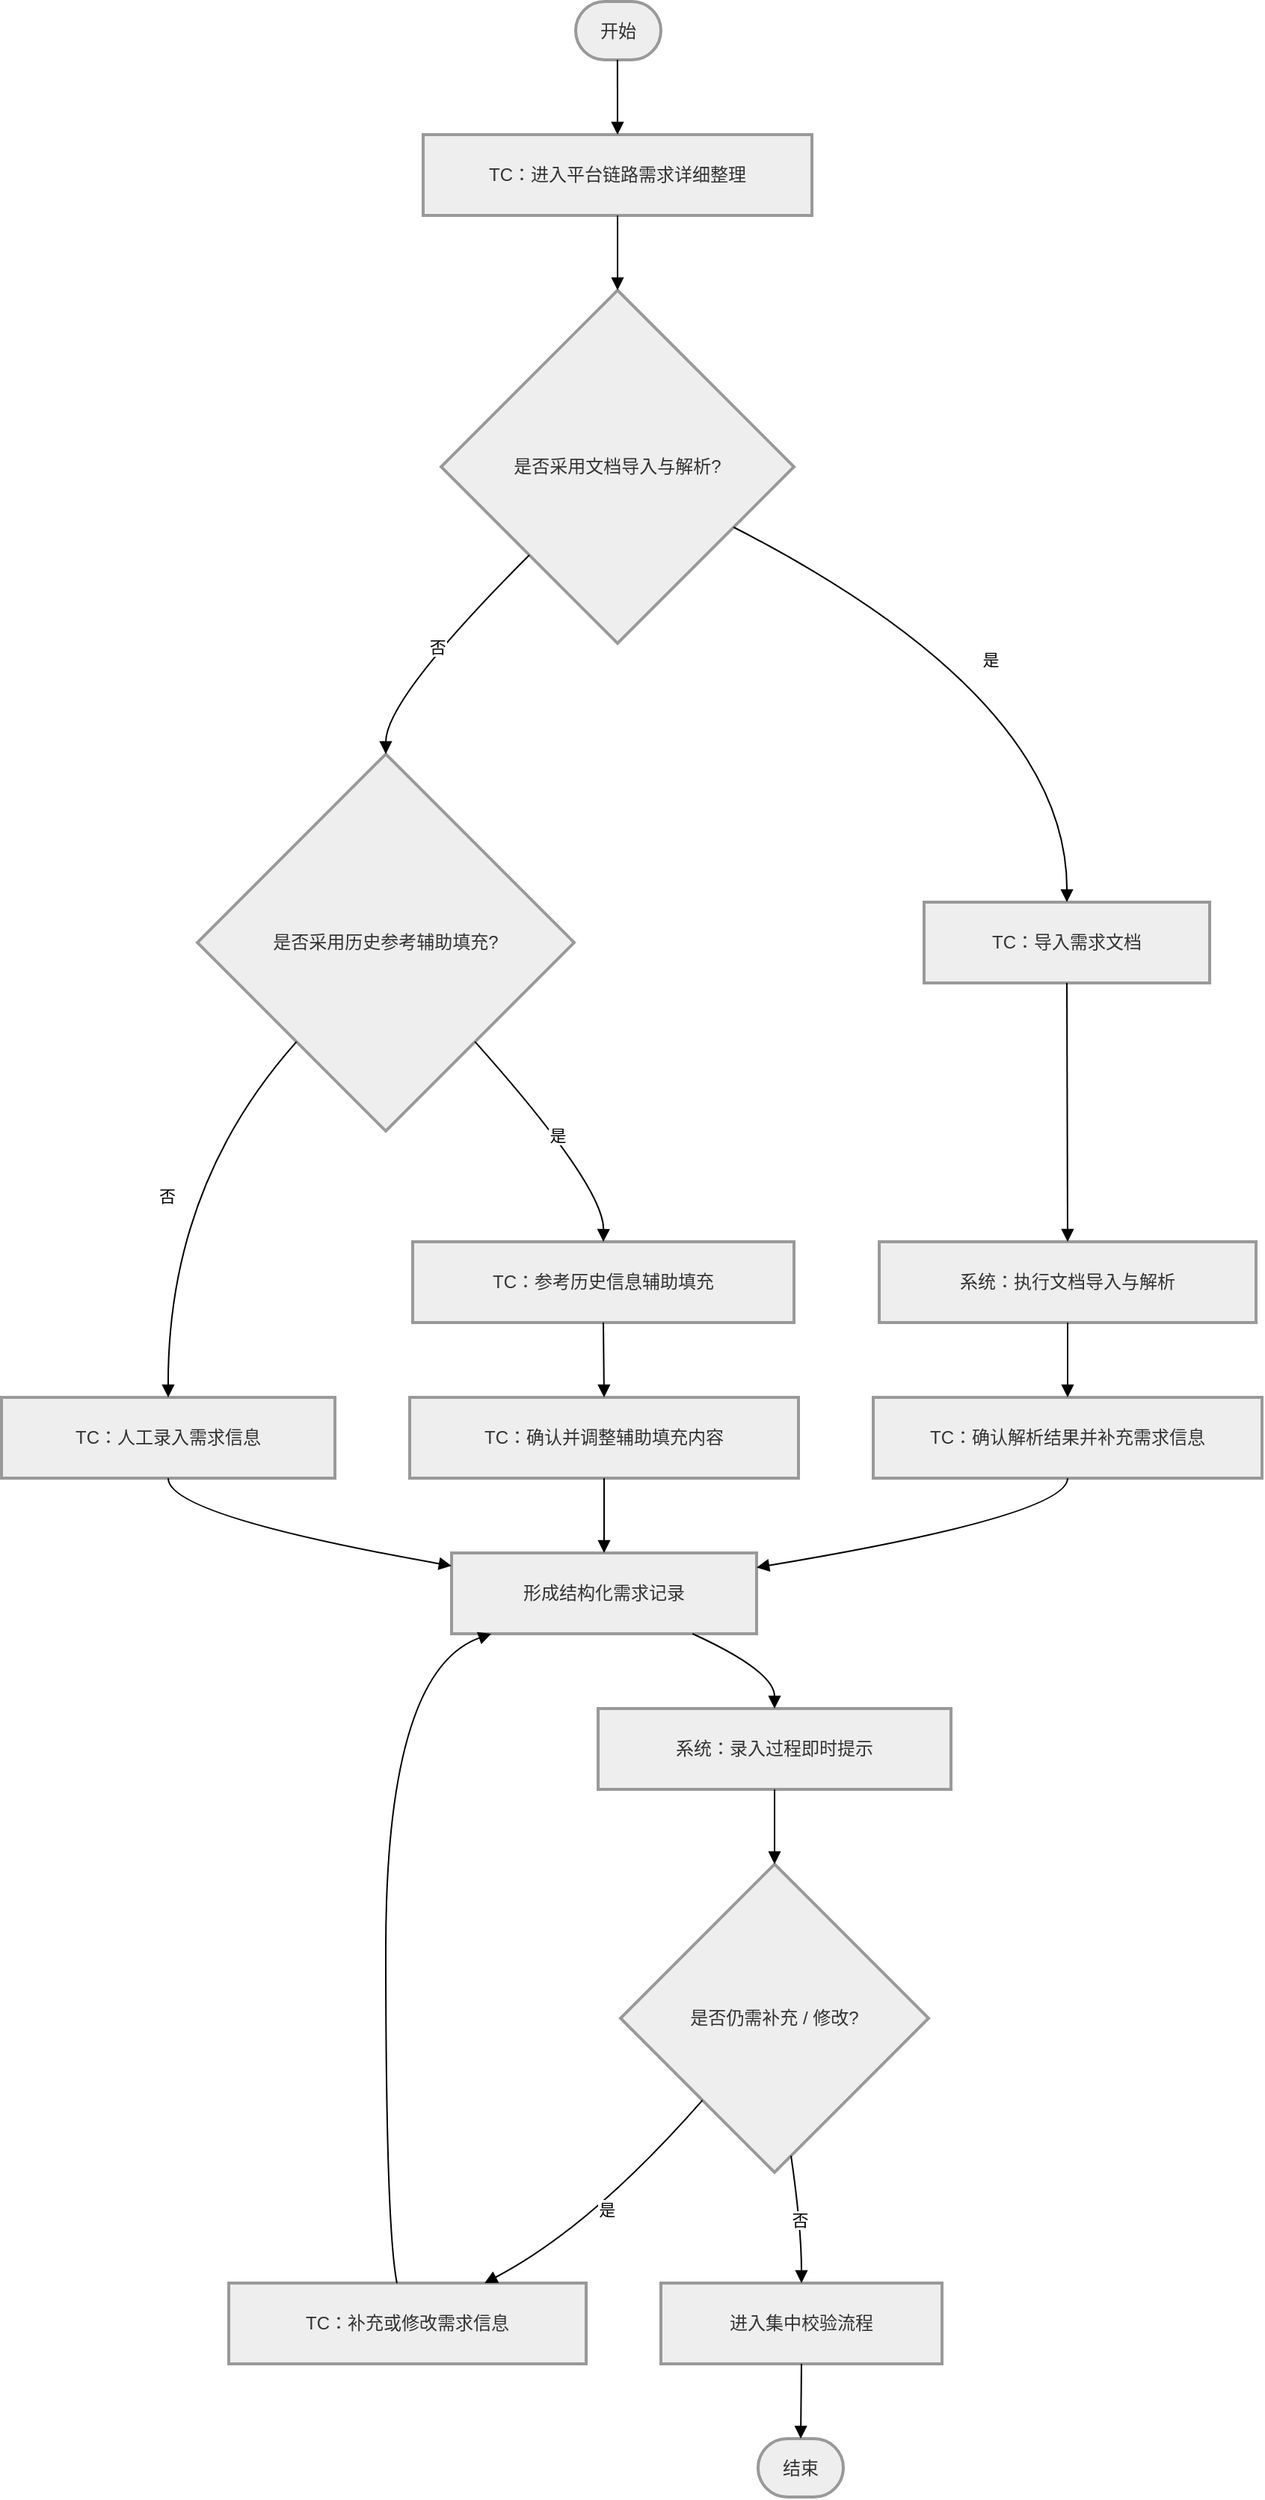
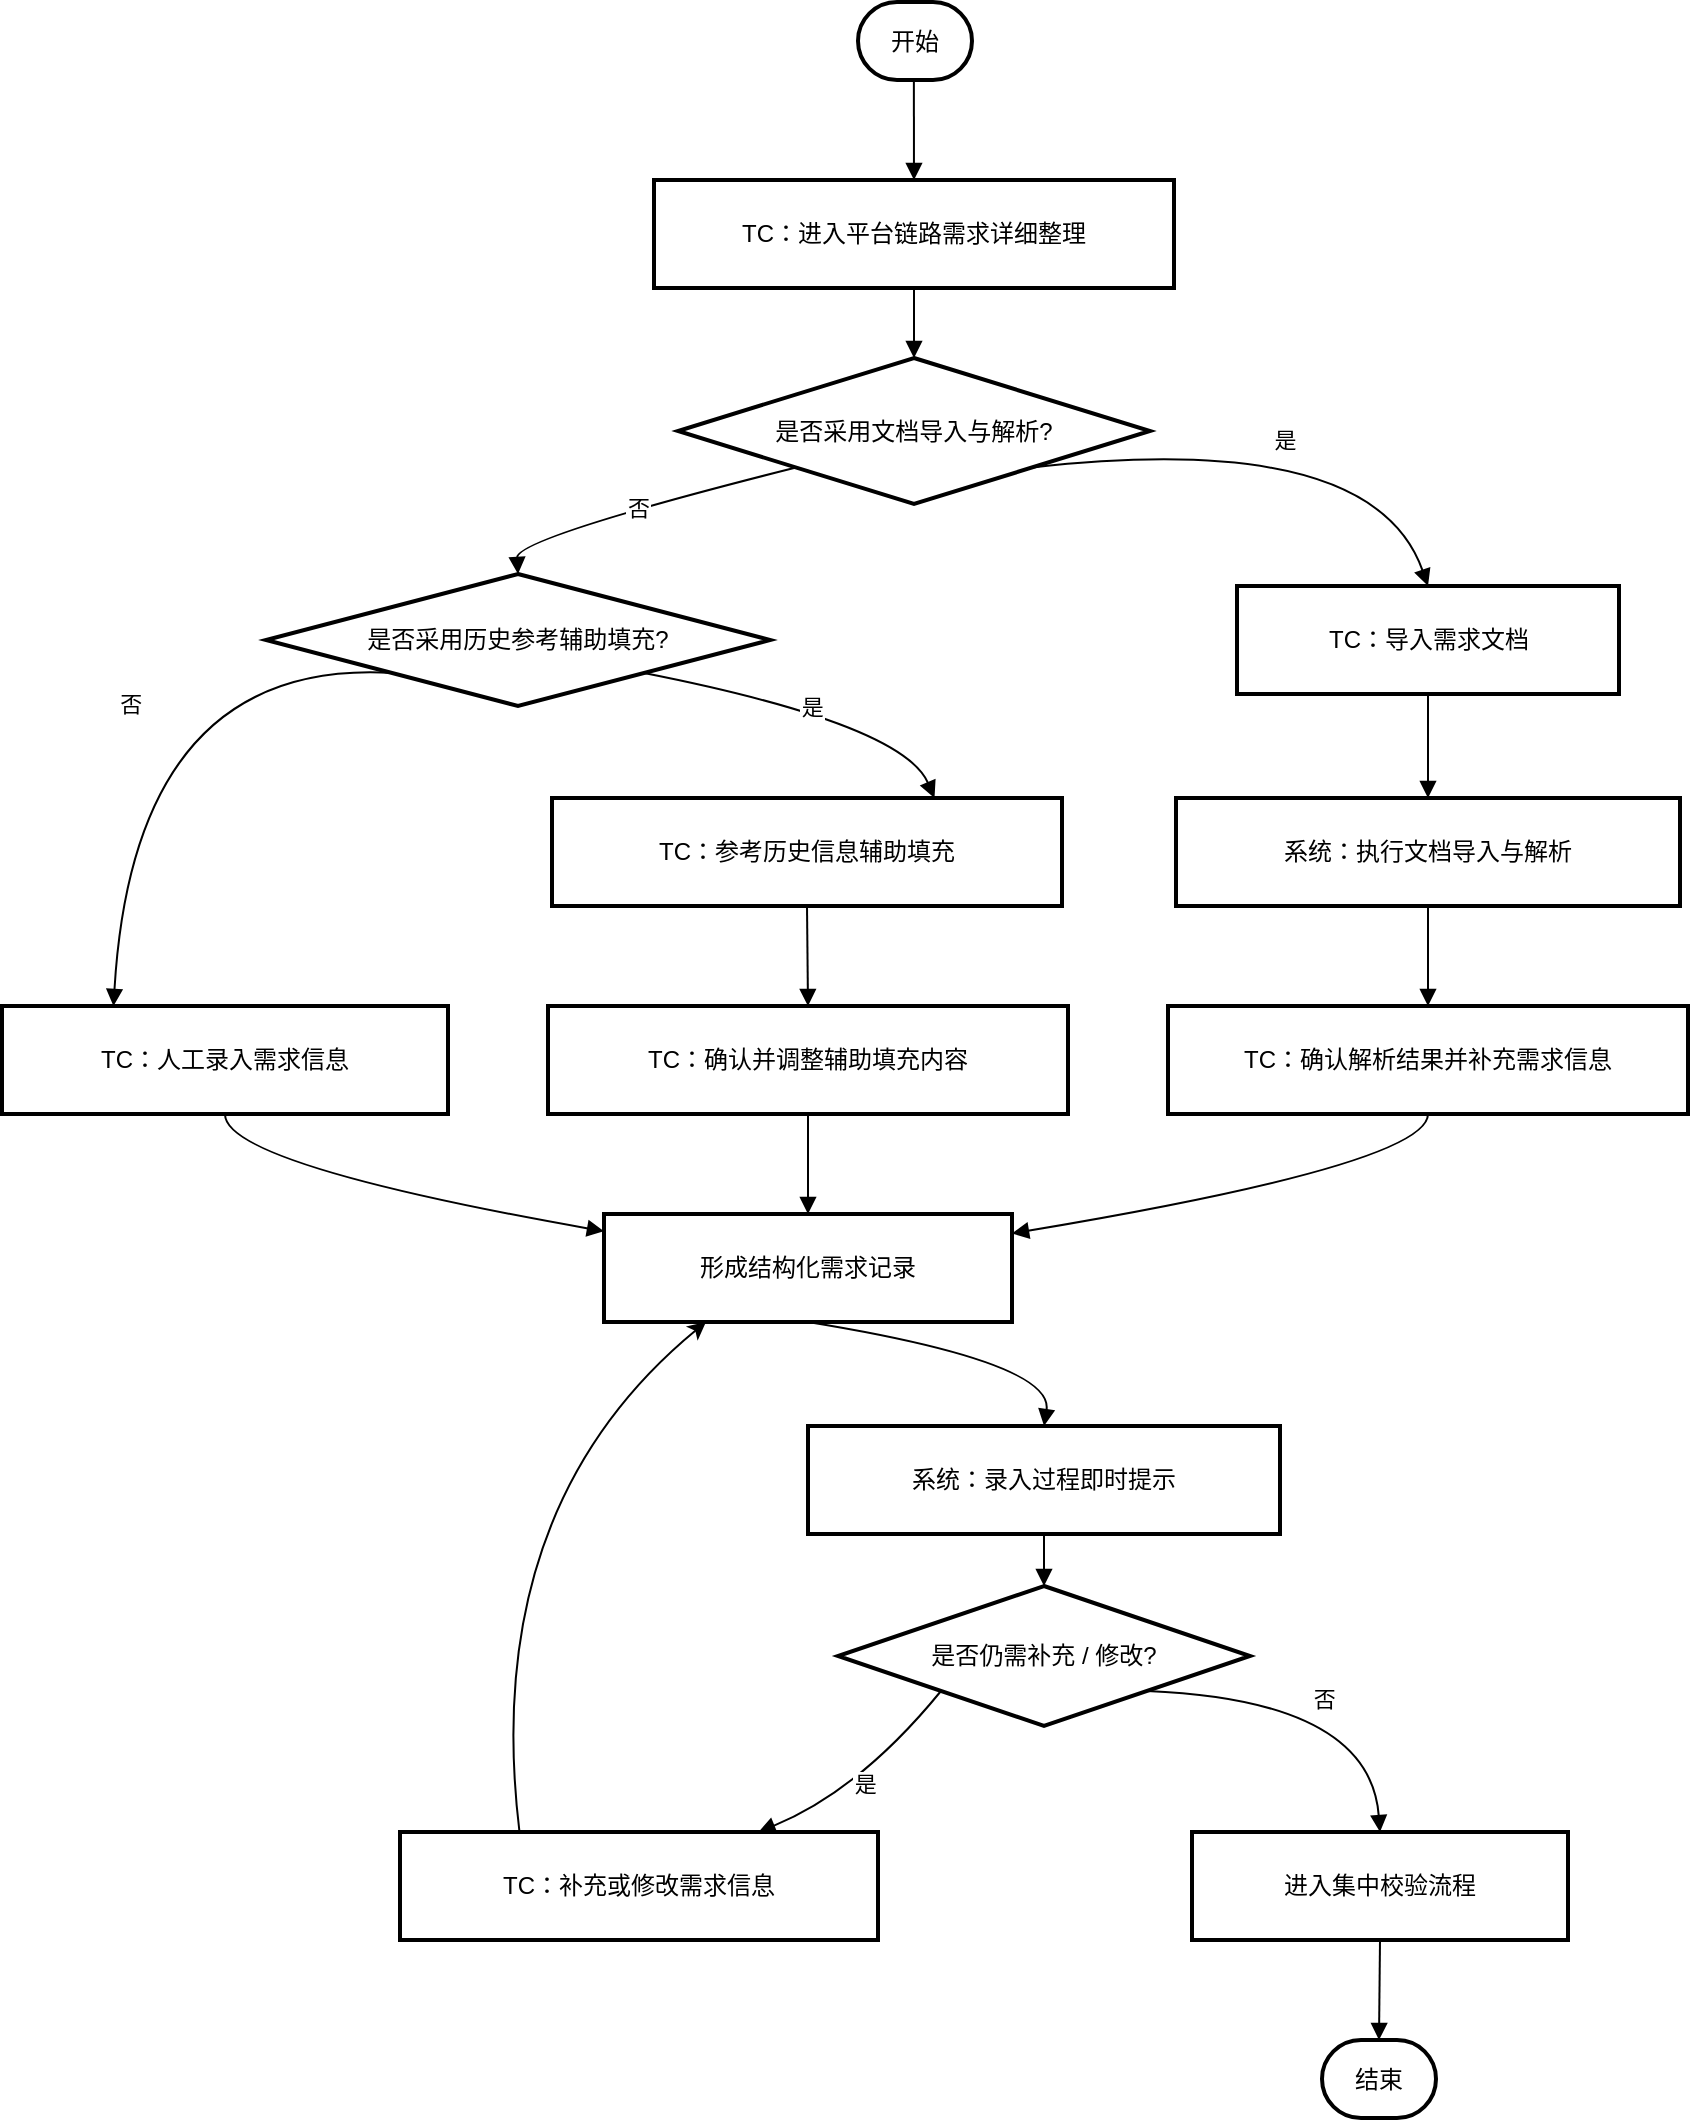
<mxfile host="app.diagrams.net">
  <diagram name="第 1 页" id="WvMcoASF3CIYqQvlD1e-">
-     <mxGraphModel dx="3374" dy="1757" grid="0" gridSize="10" guides="1" tooltips="1" connect="1" arrows="1" fold="1" page="0" pageScale="1" pageWidth="827" pageHeight="1169" math="0" shadow="0">
+     <mxGraphModel dx="2901" dy="1085" grid="0" gridSize="10" guides="1" tooltips="1" connect="1" arrows="1" fold="1" page="0" pageScale="1" pageWidth="827" pageHeight="1169" math="0" shadow="0">
      <root>
        <mxCell id="0" />
        <mxCell id="1" parent="0" />
-         <mxCell id="ZenwdT-i2I1yzi5d-yUU-1" parent="1" style="rounded=1;whiteSpace=wrap;arcSize=50;strokeWidth=2;fillColor=light-dark(#eeeeee,#1f2020);strokeColor=light-dark(#999999,#cccccc);fontColor=light-dark(#333333,#cccccc);" value="开始" vertex="1">
+         <mxCell id="ZenwdT-i2I1yzi5d-yUU-1" parent="1" style="rounded=1;whiteSpace=wrap;arcSize=50;strokeWidth=2;" value="开始" vertex="1">
          <mxGeometry height="39" width="57" x="404" y="20" as="geometry" />
        </mxCell>
-         <mxCell id="ZenwdT-i2I1yzi5d-yUU-2" parent="1" style="whiteSpace=wrap;strokeWidth=2;fillColor=light-dark(#eeeeee,#1f2020);strokeColor=light-dark(#999999,#cccccc);fontColor=light-dark(#333333,#cccccc);" value="TC：进入平台链路需求详细整理" vertex="1">
+         <mxCell id="ZenwdT-i2I1yzi5d-yUU-2" parent="1" style="whiteSpace=wrap;strokeWidth=2;" value="TC：进入平台链路需求详细整理" vertex="1">
          <mxGeometry height="54" width="260" x="302" y="109" as="geometry" />
        </mxCell>
-         <mxCell id="ZenwdT-i2I1yzi5d-yUU-3" parent="1" style="rhombus;strokeWidth=2;whiteSpace=wrap;fillColor=light-dark(#eeeeee,#1f2020);strokeColor=light-dark(#999999,#cccccc);fontColor=light-dark(#333333,#cccccc);" value="是否采用文档导入与解析?" vertex="1">
-           <mxGeometry height="236" width="236" x="314" y="213" as="geometry" />
+         <mxCell id="ZenwdT-i2I1yzi5d-yUU-3" parent="1" style="rhombus;strokeWidth=2;whiteSpace=wrap;" value="是否采用文档导入与解析?" vertex="1">
+           <mxGeometry height="73" width="236" x="314" y="198" as="geometry" />
        </mxCell>
-         <mxCell id="ZenwdT-i2I1yzi5d-yUU-4" parent="1" style="whiteSpace=wrap;strokeWidth=2;fillColor=light-dark(#eeeeee,#1f2020);strokeColor=light-dark(#999999,#cccccc);fontColor=light-dark(#333333,#cccccc);" value="TC：导入需求文档" vertex="1">
-           <mxGeometry height="54" width="191" x="637" y="622" as="geometry" />
+         <mxCell id="ZenwdT-i2I1yzi5d-yUU-4" parent="1" style="whiteSpace=wrap;strokeWidth=2;" value="TC：导入需求文档" vertex="1">
+           <mxGeometry height="54" width="191" x="593.5" y="312" as="geometry" />
        </mxCell>
-         <mxCell id="ZenwdT-i2I1yzi5d-yUU-5" parent="1" style="whiteSpace=wrap;strokeWidth=2;fillColor=light-dark(#eeeeee,#1f2020);strokeColor=light-dark(#999999,#cccccc);fontColor=light-dark(#333333,#cccccc);" value="系统：执行文档导入与解析" vertex="1">
-           <mxGeometry height="54" width="252" x="607" y="849" as="geometry" />
+         <mxCell id="ZenwdT-i2I1yzi5d-yUU-5" parent="1" style="whiteSpace=wrap;strokeWidth=2;" value="系统：执行文档导入与解析" vertex="1">
+           <mxGeometry height="54" width="252" x="563" y="418" as="geometry" />
        </mxCell>
-         <mxCell id="ZenwdT-i2I1yzi5d-yUU-6" parent="1" style="whiteSpace=wrap;strokeWidth=2;fillColor=light-dark(#eeeeee,#1f2020);strokeColor=light-dark(#999999,#cccccc);fontColor=light-dark(#333333,#cccccc);" value="TC：确认解析结果并补充需求信息" vertex="1">
-           <mxGeometry height="54" width="260" x="603" y="953" as="geometry" />
+         <mxCell id="ZenwdT-i2I1yzi5d-yUU-6" parent="1" style="whiteSpace=wrap;strokeWidth=2;" value="TC：确认解析结果并补充需求信息" vertex="1">
+           <mxGeometry height="54" width="260" x="559" y="522" as="geometry" />
        </mxCell>
-         <mxCell id="ZenwdT-i2I1yzi5d-yUU-7" parent="1" style="rhombus;strokeWidth=2;whiteSpace=wrap;fillColor=light-dark(#eeeeee,#1f2020);strokeColor=light-dark(#999999,#cccccc);fontColor=light-dark(#333333,#cccccc);" value="是否采用历史参考辅助填充?" vertex="1">
-           <mxGeometry height="252" width="252" x="151" y="523" as="geometry" />
+         <mxCell id="ZenwdT-i2I1yzi5d-yUU-7" parent="1" style="rhombus;strokeWidth=2;whiteSpace=wrap;" value="是否采用历史参考辅助填充?" vertex="1">
+           <mxGeometry height="66" width="252" x="108" y="306" as="geometry" />
        </mxCell>
-         <mxCell id="ZenwdT-i2I1yzi5d-yUU-8" parent="1" style="whiteSpace=wrap;strokeWidth=2;fillColor=light-dark(#eeeeee,#1f2020);strokeColor=light-dark(#999999,#cccccc);fontColor=light-dark(#333333,#cccccc);" value="TC：参考历史信息辅助填充" vertex="1">
-           <mxGeometry height="54" width="255" x="295" y="849" as="geometry" />
+         <mxCell id="ZenwdT-i2I1yzi5d-yUU-8" parent="1" style="whiteSpace=wrap;strokeWidth=2;" value="TC：参考历史信息辅助填充" vertex="1">
+           <mxGeometry height="54" width="255" x="251" y="418" as="geometry" />
        </mxCell>
-         <mxCell id="ZenwdT-i2I1yzi5d-yUU-9" parent="1" style="whiteSpace=wrap;strokeWidth=2;fillColor=light-dark(#eeeeee,#1f2020);strokeColor=light-dark(#999999,#cccccc);fontColor=light-dark(#333333,#cccccc);" value="TC：确认并调整辅助填充内容" vertex="1">
-           <mxGeometry height="54" width="260" x="293" y="953" as="geometry" />
+         <mxCell id="ZenwdT-i2I1yzi5d-yUU-9" parent="1" style="whiteSpace=wrap;strokeWidth=2;" value="TC：确认并调整辅助填充内容" vertex="1">
+           <mxGeometry height="54" width="260" x="249" y="522" as="geometry" />
        </mxCell>
-         <mxCell id="ZenwdT-i2I1yzi5d-yUU-10" parent="1" style="whiteSpace=wrap;strokeWidth=2;fillColor=light-dark(#eeeeee,#1f2020);strokeColor=light-dark(#999999,#cccccc);fontColor=light-dark(#333333,#cccccc);" value="TC：人工录入需求信息" vertex="1">
-           <mxGeometry height="54" width="223" x="20" y="953" as="geometry" />
+         <mxCell id="ZenwdT-i2I1yzi5d-yUU-10" parent="1" style="whiteSpace=wrap;strokeWidth=2;" value="TC：人工录入需求信息" vertex="1">
+           <mxGeometry height="54" width="223" x="-24" y="522" as="geometry" />
        </mxCell>
-         <mxCell id="ZenwdT-i2I1yzi5d-yUU-11" parent="1" style="whiteSpace=wrap;strokeWidth=2;fillColor=light-dark(#eeeeee,#1f2020);strokeColor=light-dark(#999999,#cccccc);fontColor=light-dark(#333333,#cccccc);" value="形成结构化需求记录" vertex="1">
-           <mxGeometry height="54" width="204" x="321" y="1057" as="geometry" />
+         <mxCell id="ZenwdT-i2I1yzi5d-yUU-11" parent="1" style="whiteSpace=wrap;strokeWidth=2;" value="形成结构化需求记录" vertex="1">
+           <mxGeometry height="54" width="204" x="277" y="626" as="geometry" />
        </mxCell>
-         <mxCell id="ZenwdT-i2I1yzi5d-yUU-12" parent="1" style="whiteSpace=wrap;strokeWidth=2;fillColor=light-dark(#eeeeee,#1f2020);strokeColor=light-dark(#999999,#cccccc);fontColor=light-dark(#333333,#cccccc);" value="系统：录入过程即时提示" vertex="1">
-           <mxGeometry height="54" width="236" x="419" y="1161" as="geometry" />
+         <mxCell id="ZenwdT-i2I1yzi5d-yUU-12" parent="1" style="whiteSpace=wrap;strokeWidth=2;" value="系统：录入过程即时提示" vertex="1">
+           <mxGeometry height="54" width="236" x="379" y="732" as="geometry" />
        </mxCell>
-         <mxCell id="ZenwdT-i2I1yzi5d-yUU-13" parent="1" style="rhombus;strokeWidth=2;whiteSpace=wrap;fillColor=light-dark(#eeeeee,#1f2020);strokeColor=light-dark(#999999,#cccccc);fontColor=light-dark(#333333,#cccccc);" value="是否仍需补充 / 修改?" vertex="1">
-           <mxGeometry height="206" width="206" x="434" y="1265" as="geometry" />
+         <mxCell id="ZenwdT-i2I1yzi5d-yUU-13" parent="1" style="rhombus;strokeWidth=2;whiteSpace=wrap;" value="是否仍需补充 / 修改?" vertex="1">
+           <mxGeometry height="70" width="206" x="394" y="812" as="geometry" />
        </mxCell>
-         <mxCell id="ZenwdT-i2I1yzi5d-yUU-14" parent="1" style="whiteSpace=wrap;strokeWidth=2;fillColor=light-dark(#eeeeee,#1f2020);strokeColor=light-dark(#999999,#cccccc);fontColor=light-dark(#333333,#cccccc);" value="TC：补充或修改需求信息" vertex="1">
-           <mxGeometry height="54" width="239" x="172" y="1545" as="geometry" />
+         <mxCell id="ZenwdT-i2I1yzi5d-yUU-14" parent="1" style="whiteSpace=wrap;strokeWidth=2;" value="TC：补充或修改需求信息" vertex="1">
+           <mxGeometry height="54" width="239" x="175" y="935" as="geometry" />
        </mxCell>
-         <mxCell id="ZenwdT-i2I1yzi5d-yUU-15" parent="1" style="whiteSpace=wrap;strokeWidth=2;fillColor=light-dark(#eeeeee,#1f2020);strokeColor=light-dark(#999999,#cccccc);fontColor=light-dark(#333333,#cccccc);" value="进入集中校验流程" vertex="1">
-           <mxGeometry height="54" width="188" x="461" y="1545" as="geometry" />
+         <mxCell id="ZenwdT-i2I1yzi5d-yUU-15" parent="1" style="whiteSpace=wrap;strokeWidth=2;" value="进入集中校验流程" vertex="1">
+           <mxGeometry height="54" width="188" x="571" y="935" as="geometry" />
        </mxCell>
-         <mxCell id="ZenwdT-i2I1yzi5d-yUU-16" parent="1" style="rounded=1;whiteSpace=wrap;arcSize=50;strokeWidth=2;fillColor=light-dark(#eeeeee,#1f2020);strokeColor=light-dark(#999999,#cccccc);fontColor=light-dark(#333333,#cccccc);" value="结束" vertex="1">
-           <mxGeometry height="39" width="57" x="526" y="1649" as="geometry" />
+         <mxCell id="ZenwdT-i2I1yzi5d-yUU-16" parent="1" style="rounded=1;whiteSpace=wrap;arcSize=50;strokeWidth=2;" value="结束" vertex="1">
+           <mxGeometry height="39" width="57" x="636" y="1039" as="geometry" />
        </mxCell>
        <mxCell id="ZenwdT-i2I1yzi5d-yUU-17" edge="1" parent="1" source="ZenwdT-i2I1yzi5d-yUU-1" style="curved=1;startArrow=none;endArrow=block;exitX=0.49;exitY=1;entryX=0.5;entryY=0;rounded=0;" target="ZenwdT-i2I1yzi5d-yUU-2" value="">
          <mxGeometry relative="1" as="geometry">
            <Array as="points" />
          </mxGeometry>
        </mxCell>
        <mxCell id="ZenwdT-i2I1yzi5d-yUU-18" edge="1" parent="1" source="ZenwdT-i2I1yzi5d-yUU-2" style="curved=1;startArrow=none;endArrow=block;exitX=0.5;exitY=1;entryX=0.5;entryY=0;rounded=0;" target="ZenwdT-i2I1yzi5d-yUU-3" value="">
          <mxGeometry relative="1" as="geometry">
            <Array as="points" />
          </mxGeometry>
        </mxCell>
-         <mxCell id="ZenwdT-i2I1yzi5d-yUU-19" edge="1" parent="1" source="ZenwdT-i2I1yzi5d-yUU-3" style="curved=1;startArrow=none;endArrow=block;exitX=1;exitY=0.76;entryX=0.5;entryY=0;rounded=0;" target="ZenwdT-i2I1yzi5d-yUU-4" value="是">
+         <mxCell id="ZenwdT-i2I1yzi5d-yUU-19" edge="1" parent="1" source="ZenwdT-i2I1yzi5d-yUU-3" style="curved=1;startArrow=none;endArrow=block;entryX=0.5;entryY=0;rounded=0;exitX=1;exitY=1;exitDx=0;exitDy=0;entryDx=0;entryDy=0;" target="ZenwdT-i2I1yzi5d-yUU-4" value="是">
          <mxGeometry relative="1" as="geometry">
            <Array as="points">
-               <mxPoint x="733" y="486" />
+               <mxPoint x="661.3699999999999" y="233.63" />
            </Array>
+             <mxPoint x="604" y="228" as="sourcePoint" />
+             <mxPoint x="660.8699999999999" y="369.6300000000002" as="targetPoint" />
          </mxGeometry>
        </mxCell>
-         <mxCell id="ZenwdT-i2I1yzi5d-yUU-20" edge="1" parent="1" source="ZenwdT-i2I1yzi5d-yUU-4" style="curved=1;startArrow=none;endArrow=block;exitX=0.5;exitY=1;entryX=0.5;entryY=0;rounded=0;" target="ZenwdT-i2I1yzi5d-yUU-5" value="">
+         <mxCell id="ZenwdT-i2I1yzi5d-yUU-20" edge="1" parent="1" source="ZenwdT-i2I1yzi5d-yUU-4" style="curved=1;startArrow=none;endArrow=block;entryX=0.5;entryY=0;rounded=0;exitX=0.5;exitY=1;exitDx=0;exitDy=0;entryDx=0;entryDy=0;" target="ZenwdT-i2I1yzi5d-yUU-5" value="">
          <mxGeometry relative="1" as="geometry">
            <Array as="points" />
+             <mxPoint x="687" y="372" as="sourcePoint" />
+             <mxPoint x="691" y="434" as="targetPoint" />
          </mxGeometry>
        </mxCell>
        <mxCell id="ZenwdT-i2I1yzi5d-yUU-21" edge="1" parent="1" source="ZenwdT-i2I1yzi5d-yUU-5" style="curved=1;startArrow=none;endArrow=block;exitX=0.5;exitY=1;entryX=0.5;entryY=0;rounded=0;" target="ZenwdT-i2I1yzi5d-yUU-6" value="">
          <mxGeometry relative="1" as="geometry">
            <Array as="points" />
          </mxGeometry>
        </mxCell>
-         <mxCell id="ZenwdT-i2I1yzi5d-yUU-22" edge="1" parent="1" source="ZenwdT-i2I1yzi5d-yUU-3" style="curved=1;startArrow=none;endArrow=block;exitX=0;exitY=1;entryX=0.5;entryY=0;rounded=0;" target="ZenwdT-i2I1yzi5d-yUU-7" value="否">
+         <mxCell id="ZenwdT-i2I1yzi5d-yUU-22" edge="1" parent="1" source="ZenwdT-i2I1yzi5d-yUU-3" style="curved=1;startArrow=none;endArrow=block;rounded=0;exitX=0;exitY=1;exitDx=0;exitDy=0;entryX=0.5;entryY=0;entryDx=0;entryDy=0;" target="ZenwdT-i2I1yzi5d-yUU-7" value="否">
          <mxGeometry relative="1" as="geometry">
            <Array as="points">
-               <mxPoint x="277" y="486" />
+               <mxPoint x="233" y="288" />
            </Array>
+             <mxPoint x="294" y="238" as="sourcePoint" />
+             <mxPoint x="233" y="325" as="targetPoint" />
          </mxGeometry>
        </mxCell>
-         <mxCell id="ZenwdT-i2I1yzi5d-yUU-23" edge="1" parent="1" source="ZenwdT-i2I1yzi5d-yUU-7" style="curved=1;startArrow=none;endArrow=block;exitX=0.95;exitY=1;entryX=0.5;entryY=0;rounded=0;" target="ZenwdT-i2I1yzi5d-yUU-8" value="是">
+         <mxCell id="ZenwdT-i2I1yzi5d-yUU-23" edge="1" parent="1" source="ZenwdT-i2I1yzi5d-yUU-7" style="curved=1;startArrow=none;endArrow=block;entryX=0.75;entryY=0;rounded=0;exitX=1;exitY=1;exitDx=0;exitDy=0;entryDx=0;entryDy=0;" target="ZenwdT-i2I1yzi5d-yUU-8" value="是">
          <mxGeometry relative="1" as="geometry">
            <Array as="points">
-               <mxPoint x="423" y="812" />
+               <mxPoint x="426.32000000000005" y="381.00000000000006" />
            </Array>
+             <mxPoint x="392" y="336.32" as="sourcePoint" />
+             <mxPoint x="425.82000000000005" y="418.0000000000003" as="targetPoint" />
          </mxGeometry>
        </mxCell>
        <mxCell id="ZenwdT-i2I1yzi5d-yUU-24" edge="1" parent="1" source="ZenwdT-i2I1yzi5d-yUU-8" style="curved=1;startArrow=none;endArrow=block;exitX=0.5;exitY=1;entryX=0.5;entryY=0;rounded=0;" target="ZenwdT-i2I1yzi5d-yUU-9" value="">
          <mxGeometry relative="1" as="geometry">
            <Array as="points" />
          </mxGeometry>
        </mxCell>
-         <mxCell id="ZenwdT-i2I1yzi5d-yUU-25" edge="1" parent="1" source="ZenwdT-i2I1yzi5d-yUU-7" style="curved=1;startArrow=none;endArrow=block;exitX=0.05;exitY=1;entryX=0.5;entryY=0;rounded=0;" target="ZenwdT-i2I1yzi5d-yUU-10" value="否">
+         <mxCell id="ZenwdT-i2I1yzi5d-yUU-25" edge="1" parent="1" source="ZenwdT-i2I1yzi5d-yUU-7" style="curved=1;startArrow=none;endArrow=block;entryX=0.25;entryY=0;rounded=0;exitX=0;exitY=1;exitDx=0;exitDy=0;entryDx=0;entryDy=0;" target="ZenwdT-i2I1yzi5d-yUU-10" value="否">
          <mxGeometry relative="1" as="geometry">
            <Array as="points">
-               <mxPoint x="131" y="812" />
+               <mxPoint x="42" y="347.99999999999994" />
            </Array>
+             <mxPoint x="80" y="348.32" as="sourcePoint" />
+             <mxPoint x="42.5" y="488.99999999999994" as="targetPoint" />
          </mxGeometry>
        </mxCell>
        <mxCell id="ZenwdT-i2I1yzi5d-yUU-26" edge="1" parent="1" source="ZenwdT-i2I1yzi5d-yUU-6" style="curved=1;startArrow=none;endArrow=block;exitX=0.5;exitY=1;entryX=1;entryY=0.18;rounded=0;" target="ZenwdT-i2I1yzi5d-yUU-11" value="">
          <mxGeometry relative="1" as="geometry">
            <Array as="points">
-               <mxPoint x="733" y="1032" />
+               <mxPoint x="689" y="601" />
            </Array>
          </mxGeometry>
        </mxCell>
        <mxCell id="ZenwdT-i2I1yzi5d-yUU-27" edge="1" parent="1" source="ZenwdT-i2I1yzi5d-yUU-9" style="curved=1;startArrow=none;endArrow=block;exitX=0.5;exitY=1;entryX=0.5;entryY=0;rounded=0;" target="ZenwdT-i2I1yzi5d-yUU-11" value="">
          <mxGeometry relative="1" as="geometry">
            <Array as="points" />
          </mxGeometry>
        </mxCell>
        <mxCell id="ZenwdT-i2I1yzi5d-yUU-28" edge="1" parent="1" source="ZenwdT-i2I1yzi5d-yUU-10" style="curved=1;startArrow=none;endArrow=block;exitX=0.5;exitY=1;entryX=0;entryY=0.16;rounded=0;" target="ZenwdT-i2I1yzi5d-yUU-11" value="">
          <mxGeometry relative="1" as="geometry">
            <Array as="points">
-               <mxPoint x="131" y="1032" />
+               <mxPoint x="87" y="601" />
            </Array>
          </mxGeometry>
        </mxCell>
-         <mxCell id="ZenwdT-i2I1yzi5d-yUU-29" edge="1" parent="1" source="ZenwdT-i2I1yzi5d-yUU-11" style="curved=1;startArrow=none;endArrow=block;exitX=0.79;exitY=1;entryX=0.5;entryY=0;rounded=0;" target="ZenwdT-i2I1yzi5d-yUU-12" value="">
+         <mxCell id="ZenwdT-i2I1yzi5d-yUU-29" edge="1" parent="1" source="ZenwdT-i2I1yzi5d-yUU-11" style="curved=1;startArrow=none;endArrow=block;exitX=0.5;exitY=1;entryX=0.5;entryY=0;rounded=0;entryDx=0;entryDy=0;exitDx=0;exitDy=0;" target="ZenwdT-i2I1yzi5d-yUU-12" value="">
          <mxGeometry relative="1" as="geometry">
            <Array as="points">
-               <mxPoint x="537" y="1136" />
+               <mxPoint x="502" y="700" />
            </Array>
          </mxGeometry>
        </mxCell>
        <mxCell id="ZenwdT-i2I1yzi5d-yUU-30" edge="1" parent="1" source="ZenwdT-i2I1yzi5d-yUU-12" style="curved=1;startArrow=none;endArrow=block;exitX=0.5;exitY=1;entryX=0.5;entryY=0;rounded=0;" target="ZenwdT-i2I1yzi5d-yUU-13" value="">
          <mxGeometry relative="1" as="geometry">
            <Array as="points" />
          </mxGeometry>
        </mxCell>
-         <mxCell id="ZenwdT-i2I1yzi5d-yUU-31" edge="1" parent="1" source="ZenwdT-i2I1yzi5d-yUU-13" style="curved=1;startArrow=none;endArrow=block;exitX=0.06;exitY=1;entryX=0.72;entryY=-0.01;rounded=0;" target="ZenwdT-i2I1yzi5d-yUU-14" value="是">
+         <mxCell id="ZenwdT-i2I1yzi5d-yUU-31" edge="1" parent="1" source="ZenwdT-i2I1yzi5d-yUU-13" style="curved=1;startArrow=none;endArrow=block;entryX=0.75;entryY=0;rounded=0;exitX=0;exitY=1;exitDx=0;exitDy=0;entryDx=0;entryDy=0;" target="ZenwdT-i2I1yzi5d-yUU-14" value="是">
          <mxGeometry relative="1" as="geometry">
            <Array as="points">
-               <mxPoint x="414" y="1508" />
+               <mxPoint x="404.95" y="914.21" />
            </Array>
+             <mxPoint x="431" y="893" as="sourcePoint" />
+             <mxPoint x="333.9990196078426" y="951.2099999999998" as="targetPoint" />
          </mxGeometry>
        </mxCell>
-         <mxCell id="ZenwdT-i2I1yzi5d-yUU-32" edge="1" parent="1" source="ZenwdT-i2I1yzi5d-yUU-14" style="curved=1;startArrow=none;endArrow=block;exitX=0.47;exitY=-0.01;entryX=0.13;entryY=1;rounded=0;" target="ZenwdT-i2I1yzi5d-yUU-11" value="">
+         <mxCell id="ZenwdT-i2I1yzi5d-yUU-33" edge="1" parent="1" source="ZenwdT-i2I1yzi5d-yUU-13" style="curved=1;startArrow=none;endArrow=block;entryX=0.5;entryY=0;rounded=0;exitX=1;exitY=1;exitDx=0;exitDy=0;entryDx=0;entryDy=0;" target="ZenwdT-i2I1yzi5d-yUU-15" value="否">
          <mxGeometry relative="1" as="geometry">
            <Array as="points">
-               <mxPoint x="277" y="1508" />
-               <mxPoint x="277" y="1136" />
+               <mxPoint x="660" y="869" />
            </Array>
-           </mxGeometry>
-         </mxCell>
-         <mxCell id="ZenwdT-i2I1yzi5d-yUU-33" edge="1" parent="1" source="ZenwdT-i2I1yzi5d-yUU-13" style="curved=1;startArrow=none;endArrow=block;exitX=0.56;exitY=1;entryX=0.5;entryY=-0.01;rounded=0;" target="ZenwdT-i2I1yzi5d-yUU-15" value="否">
-           <mxGeometry relative="1" as="geometry">
-             <Array as="points">
-               <mxPoint x="555" y="1508" />
-             </Array>
+             <mxPoint x="559" y="868" as="sourcePoint" />
+             <mxPoint x="616.96" y="986.9999999999998" as="targetPoint" />
          </mxGeometry>
        </mxCell>
        <mxCell id="ZenwdT-i2I1yzi5d-yUU-34" edge="1" parent="1" source="ZenwdT-i2I1yzi5d-yUU-15" style="curved=1;startArrow=none;endArrow=block;exitX=0.5;exitY=0.99;entryX=0.5;entryY=-0.01;rounded=0;" target="ZenwdT-i2I1yzi5d-yUU-16" value="">
          <mxGeometry relative="1" as="geometry">
            <Array as="points" />
          </mxGeometry>
        </mxCell>
+         <mxCell id="0q2GmnGwX6pnpV8eeMzo-2" edge="1" parent="1" source="ZenwdT-i2I1yzi5d-yUU-14" style="endArrow=classic;html=1;rounded=0;exitX=0.25;exitY=0;exitDx=0;exitDy=0;entryX=0.25;entryY=1;entryDx=0;entryDy=0;curved=1;" target="ZenwdT-i2I1yzi5d-yUU-11" value="">
+           <mxGeometry height="50" relative="1" width="50" as="geometry">
+             <Array as="points">
+               <mxPoint x="215" y="773" />
+             </Array>
+             <mxPoint x="269.5" y="858" as="sourcePoint" />
+             <mxPoint x="319.5" y="808" as="targetPoint" />
+           </mxGeometry>
+         </mxCell>
      </root>
    </mxGraphModel>
  </diagram>
</mxfile>
